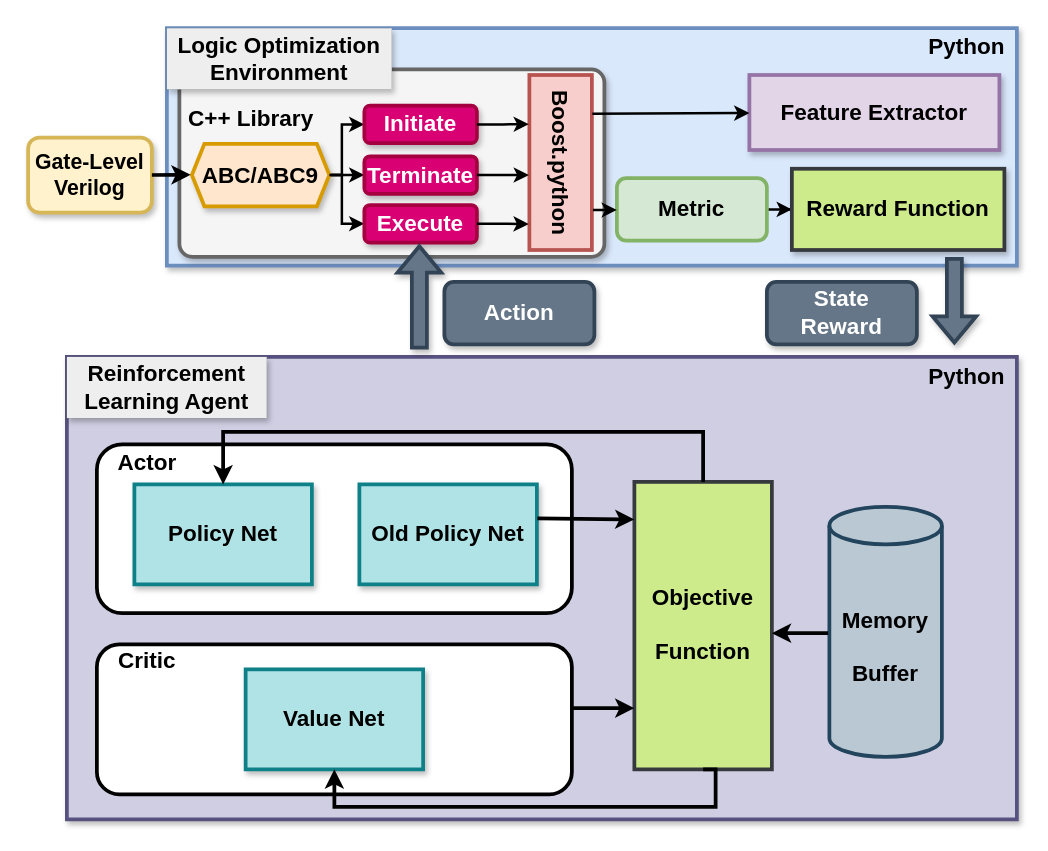
This is learningframework.drawio from kxzhu0505/LogicSynOpt, a draw.io file, before an edit. Source tidied: cells renumbered, new cells numbered last; positions are measured from the earlier drawing's top-left corner, leaving out a move shared by most shapes. Both pictures are drawn from the tidied source at 125%, with x=0, y=0 at pixel (28, 28).
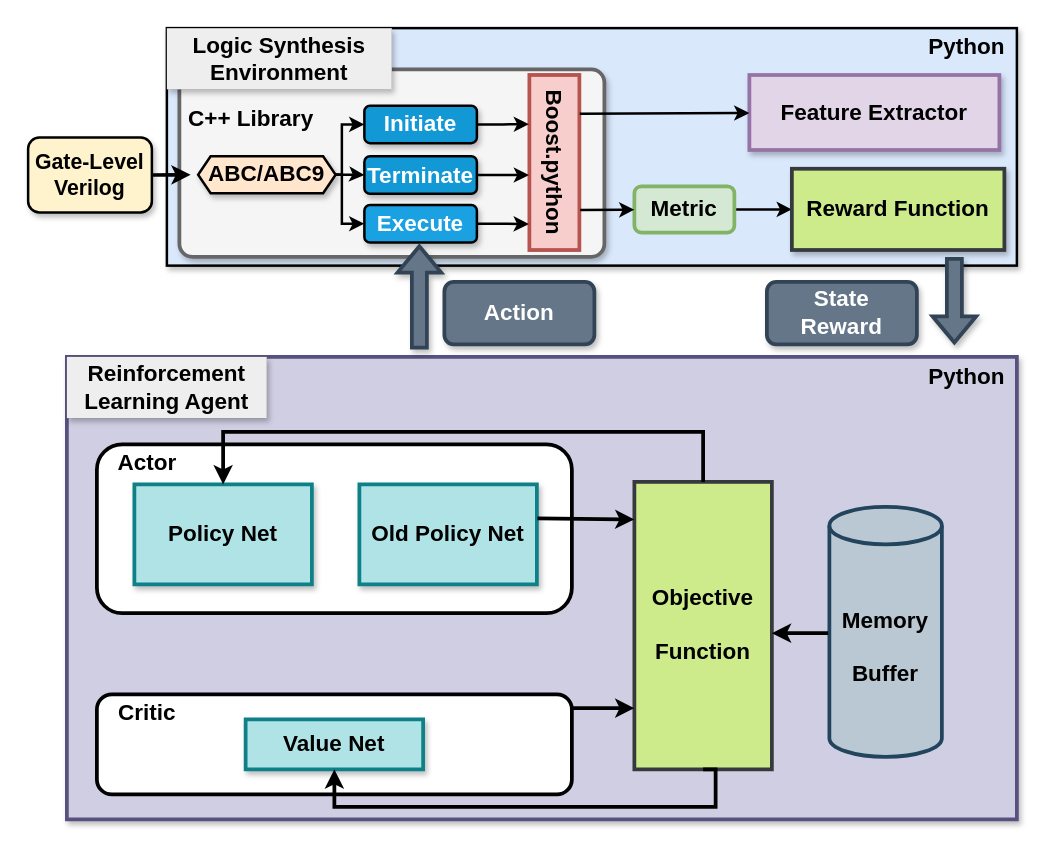
The same page after the edit.

What changed in the source:
```diff
@@
-    <mxCell id="2" value="&lt;b style=&quot;font-size: 17px;&quot;&gt;&lt;font style=&quot;font-size: 17px;&quot;&gt;Gate-&lt;/font&gt;&lt;/b&gt;&lt;b style=&quot;font-size: 17px; background-color: initial;&quot;&gt;Level&lt;/b&gt;&lt;div style=&quot;font-size: 17px;&quot;&gt;&lt;div&gt;&lt;b&gt;&lt;font style=&quot;font-size: 17px;&quot;&gt;Verilog&lt;/font&gt;&lt;/b&gt;&lt;/div&gt;&lt;/div&gt;" style="rounded=1;whiteSpace=wrap;html=1;fillColor=#fff2cc;strokeColor=#d6b656;strokeWidth=3;shadow=1;" parent="1" vertex="1">
+    <mxCell id="2" value="&lt;b style=&quot;font-size: 17px;&quot;&gt;&lt;font style=&quot;font-size: 17px;&quot;&gt;Gate-&lt;/font&gt;&lt;/b&gt;&lt;b style=&quot;font-size: 17px; background-color: initial;&quot;&gt;Level&lt;/b&gt;&lt;div style=&quot;font-size: 17px;&quot;&gt;&lt;div&gt;&lt;b&gt;&lt;font style=&quot;font-size: 17px;&quot;&gt;Verilog&lt;/font&gt;&lt;/b&gt;&lt;/div&gt;&lt;/div&gt;" style="rounded=1;whiteSpace=wrap;html=1;fillColor=#fef3cd;strokeColor=#000000;strokeWidth=2;shadow=1;" parent="1" vertex="1">
       <mxGeometry y="87.5" width="99" height="60" as="geometry" />
     </mxCell>
-    <mxCell id="3" style="rounded=0;whiteSpace=wrap;html=1;fillColor=#dae8fc;strokeColor=#6c8ebf;strokeWidth=3;shadow=1;" parent="1" vertex="1">
+    <mxCell id="3" style="rounded=0;whiteSpace=wrap;html=1;fillColor=#dae8fc;strokeColor=#000000;strokeWidth=2;shadow=1;" parent="1" vertex="1">
       <mxGeometry x="111" width="680" height="190" as="geometry" />
     </mxCell>
@@
     <mxCell id="6" value="&lt;font size=&quot;1&quot; style=&quot;&quot;&gt;&lt;b style=&quot;font-size: 18px;&quot;&gt;Metric&lt;/b&gt;&lt;/font&gt;" style="rounded=1;whiteSpace=wrap;html=1;fillColor=#d5e8d4;strokeColor=#82b366;strokeWidth=3;" parent="1" vertex="1">
-      <mxGeometry x="471" y="120" width="120" height="50" as="geometry" />
+      <mxGeometry x="485" y="126.5" width="80" height="37" as="geometry" />
     </mxCell>
@@
     <mxCell id="17" style="rounded=1;whiteSpace=wrap;html=1;strokeWidth=3;" parent="1" vertex="1">
-      <mxGeometry x="55" y="493" width="380" height="120" as="geometry" />
+      <mxGeometry x="55" y="533" width="380" height="80" as="geometry" />
     </mxCell>
     <mxCell id="18" value="&lt;b style=&quot;&quot;&gt;&lt;font style=&quot;font-size: 18px;&quot;&gt;Value Net&lt;/font&gt;&lt;/b&gt;" style="rounded=0;whiteSpace=wrap;html=1;fillColor=#b0e3e6;strokeColor=#0e8088;strokeWidth=3;shadow=1;" parent="1" vertex="1">
-      <mxGeometry x="174" y="513" width="142" height="80" as="geometry" />
+      <mxGeometry x="174" y="553" width="142" height="40" as="geometry" />
     </mxCell>
@@
     <mxCell id="21" value="&lt;span style=&quot;font-size: 18px;&quot;&gt;&lt;b&gt;Critic&lt;/b&gt;&lt;/span&gt;" style="text;html=1;align=center;verticalAlign=middle;whiteSpace=wrap;rounded=0;" parent="1" vertex="1">
-      <mxGeometry x="55" y="491" width="81" height="30" as="geometry" />
+      <mxGeometry x="55" y="533" width="81" height="30" as="geometry" />
     </mxCell>
@@
-    <mxCell id="28" value="&lt;b style=&quot;font-size: 18px;&quot;&gt;Logic Optimization&lt;/b&gt;&lt;div&gt;&lt;font size=&quot;1&quot;&gt;&lt;b style=&quot;font-size: 18px;&quot;&gt;Environment&lt;/b&gt;&lt;/font&gt;&lt;/div&gt;" style="text;html=1;align=center;verticalAlign=middle;whiteSpace=wrap;rounded=0;fillColor=#eeeeee;strokeColor=#36393d;strokeWidth=0;shadow=1;" parent="1" vertex="1">
+    <mxCell id="28" value="&lt;b style=&quot;font-size: 18px;&quot;&gt;Logic Synthesis&lt;/b&gt;&lt;div&gt;&lt;font size=&quot;1&quot;&gt;&lt;b style=&quot;font-size: 18px;&quot;&gt;Environment&lt;/b&gt;&lt;/font&gt;&lt;/div&gt;" style="text;html=1;align=center;verticalAlign=middle;whiteSpace=wrap;rounded=0;fillColor=#eeeeee;strokeColor=#36393d;strokeWidth=0;shadow=1;" parent="1" vertex="1">
       <mxGeometry x="111" width="180" height="49" as="geometry" />
     </mxCell>
@@
-    <mxCell id="31" value="&lt;span style=&quot;font-size: 18px;&quot;&gt;&lt;b&gt;ABC/ABC9&lt;/b&gt;&lt;/span&gt;" style="shape=hexagon;perimeter=hexagonPerimeter2;whiteSpace=wrap;html=1;fixedSize=1;fillColor=#ffe6cc;strokeColor=#d79b00;strokeWidth=3;shadow=1;rounded=0;size=10;" parent="1" vertex="1">
-      <mxGeometry x="131" y="92.5" width="110" height="50" as="geometry" />
+    <mxCell id="31" value="&lt;span style=&quot;font-size: 18px;&quot;&gt;&lt;b&gt;ABC/ABC9&lt;/b&gt;&lt;/span&gt;" style="shape=hexagon;perimeter=hexagonPerimeter2;whiteSpace=wrap;html=1;fixedSize=1;fillColor=#ffe6cc;strokeColor=#000000;strokeWidth=2;shadow=1;rounded=0;size=10;" parent="1" vertex="1">
+      <mxGeometry x="136" y="102.5" width="110" height="29.5" as="geometry" />
     </mxCell>
@@
-    <mxCell id="34" style="group;fillColor=#f8cecc;strokeColor=#b85450;" parent="1" vertex="1">
-      <mxGeometry x="401" y="37.5" width="50" height="140" as="geometry" />
+    <mxCell id="34" style="group;fillColor=#f8cecc;strokeColor=#000000;strokeWidth=2;" parent="1" vertex="1">
+      <mxGeometry x="401" y="37.5" width="40" height="140" as="geometry" />
     </mxCell>
     <mxCell id="35" value="&lt;div style=&quot;&quot;&gt;&lt;br&gt;&lt;/div&gt;" style="rounded=0;whiteSpace=wrap;html=1;fillColor=#f8cecc;strokeColor=#b85450;strokeWidth=3;align=center;" parent="34" vertex="1">
-      <mxGeometry width="50" height="140" as="geometry" />
+      <mxGeometry width="40" height="140" as="geometry" />
     </mxCell>
     <mxCell id="36" value="&lt;b style=&quot;font-size: 18px;&quot;&gt;Boost.python&lt;/b&gt;" style="text;html=1;align=center;verticalAlign=middle;whiteSpace=wrap;rounded=0;direction=south;rotation=90;" parent="34" vertex="1">
-      <mxGeometry x="-32.5" y="57.5" width="115" height="25" as="geometry" />
+      <mxGeometry x="-26" y="57.5" width="92" height="25" as="geometry" />
     </mxCell>
@@
-    <mxCell id="38" value="&lt;b style=&quot;font-size: 18px;&quot;&gt;Initiate&lt;/b&gt;" style="rounded=1;whiteSpace=wrap;html=1;fillColor=#d80073;strokeColor=#A50040;strokeWidth=3;shadow=1;fontColor=#ffffff;" parent="1" vertex="1">
+    <mxCell id="38" value="&lt;b style=&quot;font-size: 18px;&quot;&gt;Initiate&lt;/b&gt;" style="rounded=1;whiteSpace=wrap;html=1;fillColor=#1398d6;strokeColor=#000000;strokeWidth=2;shadow=1;fontColor=#ffffff;" parent="1" vertex="1">
       <mxGeometry x="269" y="62" width="90" height="30" as="geometry" />
     </mxCell>
-    <mxCell id="39" value="&lt;b style=&quot;font-size: 18px;&quot;&gt;Terminate&lt;/b&gt;" style="rounded=1;whiteSpace=wrap;html=1;fillColor=#d80073;strokeColor=#A50040;strokeWidth=3;shadow=1;fontColor=#ffffff;" parent="1" vertex="1">
+    <mxCell id="39" value="&lt;b style=&quot;font-size: 18px;&quot;&gt;Terminate&lt;/b&gt;" style="rounded=1;whiteSpace=wrap;html=1;fillColor=#1398d6;strokeColor=#000000;strokeWidth=2;shadow=1;fontColor=#ffffff;" parent="1" vertex="1">
       <mxGeometry x="269" y="102.5" width="90" height="30" as="geometry" />
     </mxCell>
-    <mxCell id="40" value="&lt;b style=&quot;font-size: 18px;&quot;&gt;Execute&lt;/b&gt;" style="rounded=1;whiteSpace=wrap;html=1;fillColor=#d80073;strokeColor=#A50040;strokeWidth=3;shadow=1;fontColor=#ffffff;" parent="1" vertex="1">
+    <mxCell id="40" value="&lt;b style=&quot;font-size: 18px;&quot;&gt;Execute&lt;/b&gt;" style="rounded=1;whiteSpace=wrap;html=1;fillColor=#1aa1e2;strokeColor=#000000;strokeWidth=2;shadow=1;fontColor=#ffffff;" parent="1" vertex="1">
       <mxGeometry x="269" y="141.5" width="90" height="30" as="geometry" />
     </mxCell>
```
